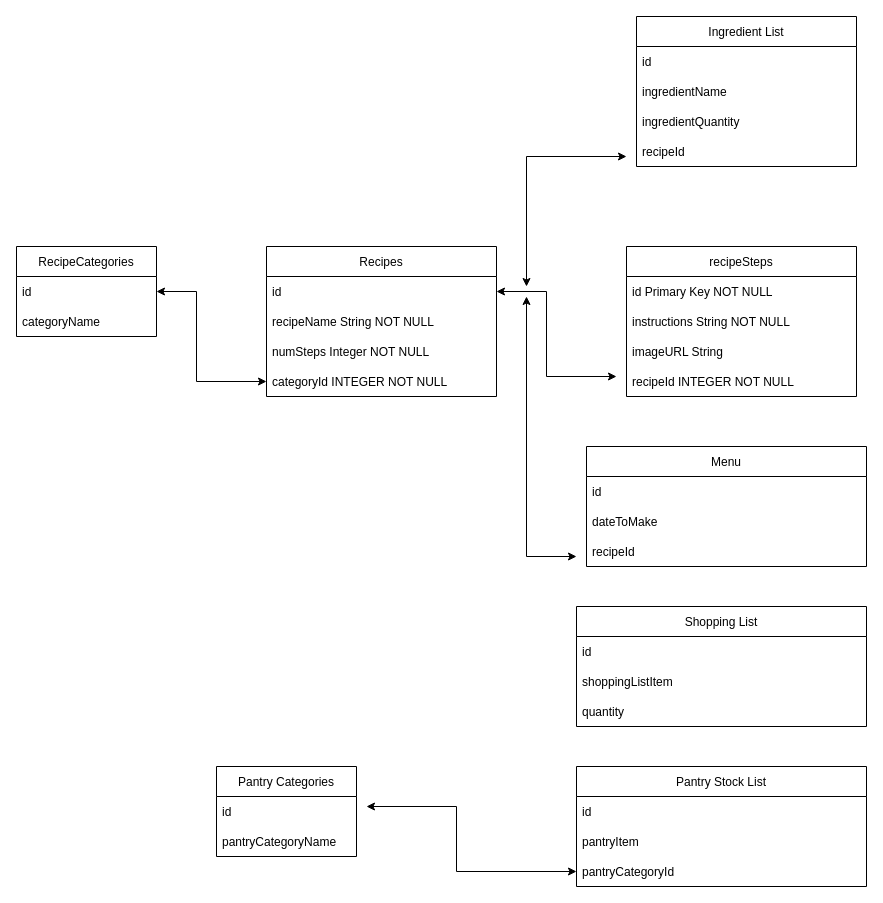
This is Untitled Diagram.drawio from justinluu8235/project-2, a draw.io file, before an edit. Source tidied: cells renumbered, new cells numbered last; positions are measured from the earlier drawing's top-left corner, leaving out a move shared by most shapes. Both pictures are drawn from the tidied source at 100%, with x=0, y=0 at pixel (16, 16).
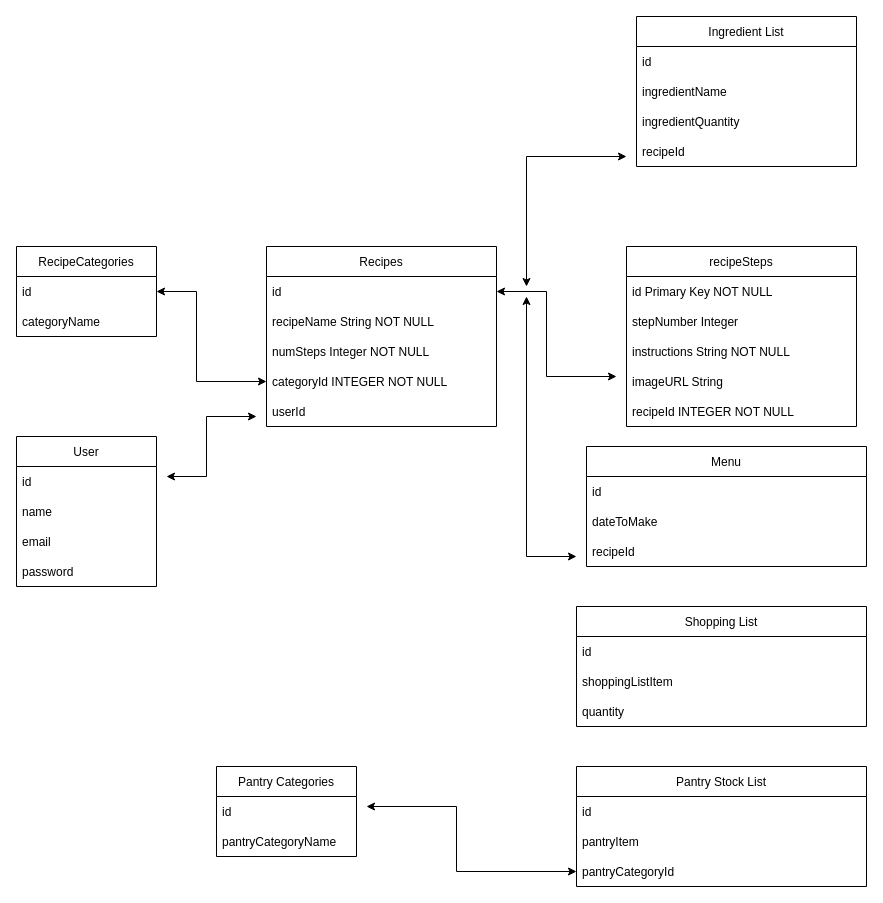
Above is the later version.

Change to the diagram source:
```diff
@@
     <mxCell id="2" value="Recipes" style="swimlane;fontStyle=0;horizontal=1;startSize=30;" parent="1" vertex="1">
-      <mxGeometry x="250" y="230" width="230" height="150" as="geometry" />
+      <mxGeometry x="250" y="230" width="230" height="180" as="geometry" />
     </mxCell>
@@
+    <mxCell id="40" value="userId" style="text;strokeColor=none;fillColor=none;align=left;verticalAlign=middle;spacingLeft=4;spacingRight=4;overflow=hidden;" parent="2" vertex="1">
+      <mxGeometry y="150" width="230" height="30" as="geometry" />
+    </mxCell>
     <mxCell id="7" value="recipeSteps" style="swimlane;fontStyle=0;horizontal=1;startSize=30;" parent="1" vertex="1">
-      <mxGeometry x="610" y="230" width="230" height="150" as="geometry" />
+      <mxGeometry x="610" y="230" width="230" height="180" as="geometry" />
     </mxCell>
@@
+    <mxCell id="41" value="stepNumber Integer" style="text;strokeColor=none;fillColor=none;align=left;verticalAlign=middle;spacingLeft=4;spacingRight=4;overflow=hidden;" parent="7" vertex="1">
+      <mxGeometry y="60" width="230" height="30" as="geometry" />
+    </mxCell>
     <mxCell id="9" value="instructions String NOT NULL" style="text;strokeColor=none;fillColor=none;align=left;verticalAlign=middle;spacingLeft=4;spacingRight=4;overflow=hidden;" parent="7" vertex="1">
-      <mxGeometry y="60" width="230" height="30" as="geometry" />
+      <mxGeometry y="90" width="230" height="30" as="geometry" />
     </mxCell>
     <mxCell id="10" value="imageURL String " style="text;strokeColor=none;fillColor=none;align=left;verticalAlign=middle;spacingLeft=4;spacingRight=4;overflow=hidden;" parent="7" vertex="1">
-      <mxGeometry y="90" width="230" height="30" as="geometry" />
+      <mxGeometry y="120" width="230" height="30" as="geometry" />
     </mxCell>
     <mxCell id="11" value="recipeId INTEGER NOT NULL" style="text;strokeColor=none;fillColor=none;align=left;verticalAlign=middle;spacingLeft=4;spacingRight=4;overflow=hidden;" parent="7" vertex="1">
-      <mxGeometry y="120" width="230" height="30" as="geometry" />
+      <mxGeometry y="150" width="230" height="30" as="geometry" />
     </mxCell>
@@
+    <mxCell id="42" value="User" style="swimlane;fontStyle=0;horizontal=1;startSize=30;" parent="1" vertex="1">
+      <mxGeometry y="420" width="140" height="150" as="geometry" />
+    </mxCell>
+    <mxCell id="43" value="id" style="text;strokeColor=none;fillColor=none;align=left;verticalAlign=middle;spacingLeft=4;spacingRight=4;overflow=hidden;" parent="42" vertex="1">
+      <mxGeometry y="30" width="140" height="30" as="geometry" />
+    </mxCell>
+    <mxCell id="44" value="name" style="text;strokeColor=none;fillColor=none;align=left;verticalAlign=middle;spacingLeft=4;spacingRight=4;overflow=hidden;" parent="42" vertex="1">
+      <mxGeometry y="60" width="140" height="30" as="geometry" />
+    </mxCell>
+    <mxCell id="45" value="email" style="text;strokeColor=none;fillColor=none;align=left;verticalAlign=middle;spacingLeft=4;spacingRight=4;overflow=hidden;" parent="42" vertex="1">
+      <mxGeometry y="90" width="140" height="30" as="geometry" />
+    </mxCell>
+    <mxCell id="46" value="password" style="text;strokeColor=none;fillColor=none;align=left;verticalAlign=middle;spacingLeft=4;spacingRight=4;overflow=hidden;" parent="42" vertex="1">
+      <mxGeometry y="120" width="140" height="30" as="geometry" />
+    </mxCell>
+    <mxCell id="47" style="endArrow=classic;startArrow=classic;html=1;rounded=0;" parent="1" edge="1">
+      <mxGeometry relative="1" as="geometry">
+        <mxPoint x="150" y="460" as="sourcePoint" />
+        <mxPoint x="240" y="400" as="targetPoint" />
+        <Array as="points">
+          <mxPoint x="190" y="460" />
+          <mxPoint x="190" y="400" />
+        </Array>
+      </mxGeometry>
+    </mxCell>
```
